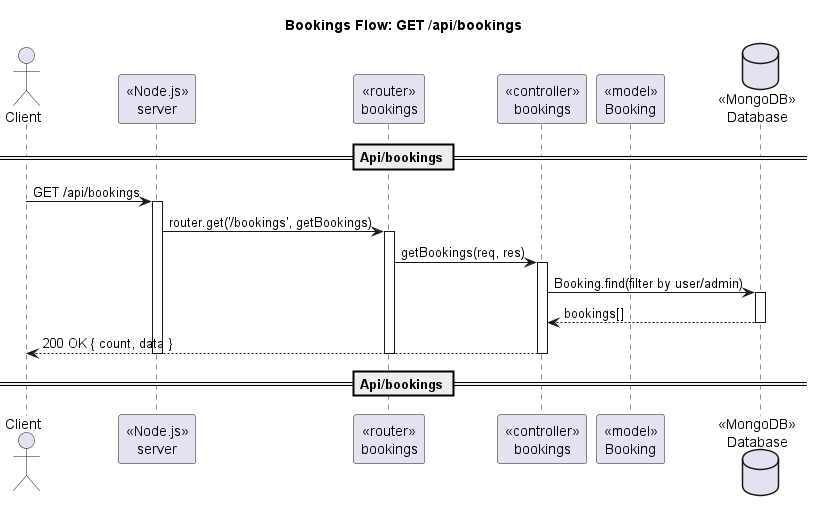
098ff/ArtmaybeDEV keeps this PlantUML diagram as out/docs/diagram/sequence/seq_bookings_get.png. Above is the earlier version.
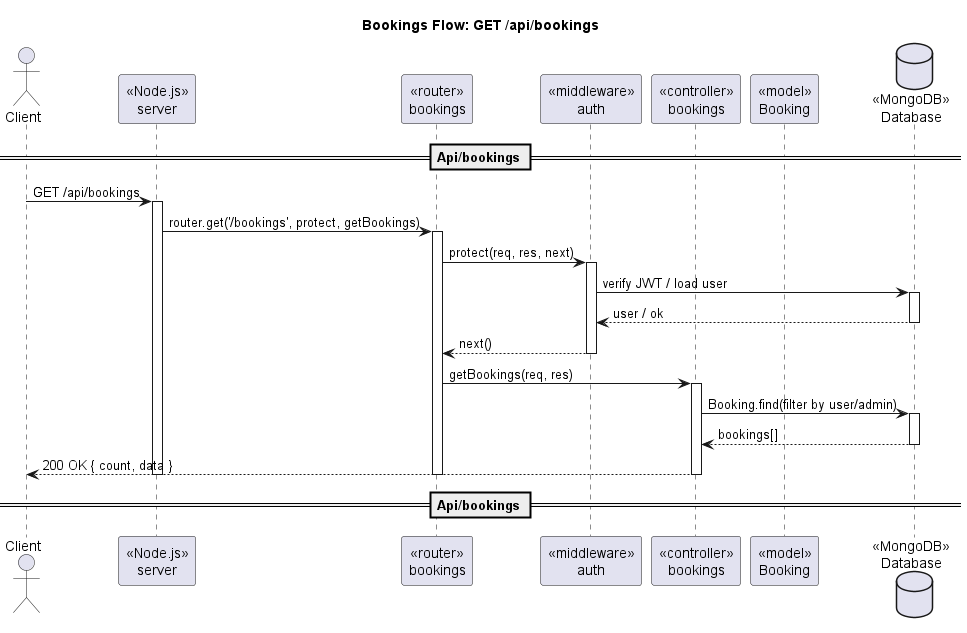
The same diagram one commit later.

Diff of the diagram source:
```diff
@@ -3,6 +3,7 @@
 actor Client
 participant "«Node.js»\nserver" as Server
 participant "«router»\nbookings" as Router
+participant "«middleware»\nauth" as AuthMW
 participant "«controller»\nbookings" as Ctrl
 participant "«model»\nBooking" as BookingModel
 database "«MongoDB»\nDatabase" as DB
@@ -10,8 +11,16 @@
 == Api/bookings ==
 Client -> Server : GET /api/bookings
 activate Server
-Server -> Router : router.get('/bookings', getBookings)
+Server -> Router : router.get('/bookings', protect, getBookings)
 activate Router
+Router -> AuthMW : protect(req, res, next)
+activate AuthMW
+AuthMW -> DB : verify JWT / load user
+activate DB
+DB --> AuthMW : user / ok
+deactivate DB
+AuthMW --> Router : next()
+deactivate AuthMW
 Router -> Ctrl : getBookings(req, res)
 activate Ctrl
 Ctrl -> DB : Booking.find(filter by user/admin)
```
